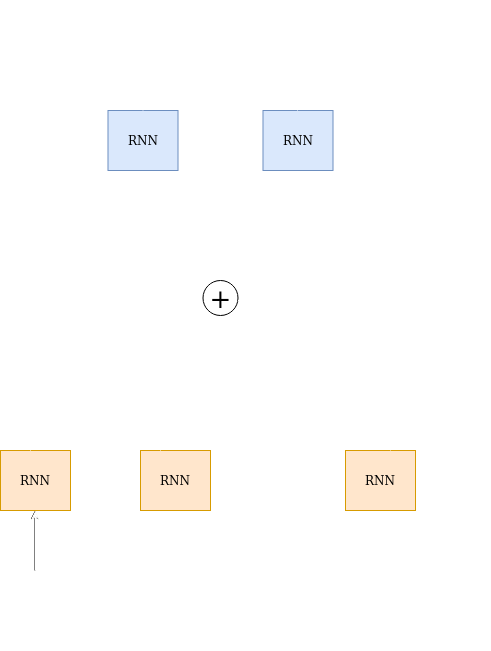
The draw.io diagram images/att_mechanism.png in anuj1729/anuj1729.github.io, before a commit. Source tidied: cells renumbered, new cells last; positions are measured from the earlier drawing's top-left corner, leaving out a move shared by most shapes. Its diagram source:
```xml
<mxGraphModel>
  <root>
    <mxCell id="0" />
    <mxCell id="1" parent="0" />
    <mxCell id="2" style="edgeStyle=orthogonalEdgeStyle;rounded=0;jettySize=auto;html=1;exitX=1;exitY=0.5;exitDx=0;exitDy=0;entryX=0;entryY=0.5;entryDx=0;entryDy=0;strokeColor=#FFFFFF;labelPosition=center;verticalLabelPosition=middle;align=center;verticalAlign=middle;" parent="1" edge="1" source="3" target="8">
      <mxGeometry relative="1" as="geometry" />
    </mxCell>
    <mxCell id="3" value="&lt;font color=&quot;#000000&quot;&gt;RNN&lt;/font&gt;" style="rounded=0;whiteSpace=wrap;html=1;fillColor=#ffe6cc;strokeColor=#d79b00;labelPosition=center;verticalLabelPosition=middle;align=center;verticalAlign=middle;" parent="1" vertex="1">
      <mxGeometry y="450" width="70" height="60" as="geometry" />
    </mxCell>
    <mxCell id="4" style="endArrow=classic;html=1;labelPosition=center;verticalLabelPosition=middle;align=center;verticalAlign=middle;" parent="1" edge="1">
      <mxGeometry relative="1" as="geometry">
        <mxPoint x="34.5" y="570" as="sourcePoint" />
        <mxPoint x="34.5" y="510" as="targetPoint" />
      </mxGeometry>
    </mxCell>
    <mxCell id="5" style="edgeStyle=orthogonalEdgeStyle;rounded=0;jettySize=auto;html=1;fillColor=none;strokeColor=#FFFFFF;labelPosition=center;verticalLabelPosition=middle;align=center;verticalAlign=middle;" parent="1" edge="1" source="6" target="3">
      <mxGeometry relative="1" as="geometry" />
    </mxCell>
    <mxCell id="6" value="x1" style="text;html=1;fillColor=none;align=center;verticalAlign=middle;whiteSpace=wrap;rounded=0;fontColor=#FFFFFF;labelPosition=center;verticalLabelPosition=middle;" parent="1" vertex="1">
      <mxGeometry x="15" y="570" width="40" height="20" as="geometry" />
    </mxCell>
    <mxCell id="7" style="edgeStyle=orthogonalEdgeStyle;rounded=0;jumpSize=6;jettySize=auto;html=1;exitX=1;exitY=0.5;exitDx=0;exitDy=0;dashed=1;startSize=5;endArrow=none;endFill=0;strokeWidth=1;fillColor=none;strokeColor=#FFFFFF;labelPosition=center;verticalLabelPosition=middle;align=center;verticalAlign=middle;" parent="1" edge="1" source="8" target="11">
      <mxGeometry relative="1" as="geometry" />
    </mxCell>
    <mxCell id="8" value="&lt;div&gt;&lt;font color=&quot;#000000&quot;&gt;RNN&lt;br&gt;&lt;/font&gt;&lt;/div&gt;" style="rounded=0;whiteSpace=wrap;html=1;fillColor=#ffe6cc;strokeColor=#d79b00;labelPosition=center;verticalLabelPosition=middle;align=center;verticalAlign=middle;" parent="1" vertex="1">
      <mxGeometry x="140" y="450" width="70" height="60" as="geometry" />
    </mxCell>
    <mxCell id="9" style="endArrow=classic;html=1;strokeColor=#FFFFFF;labelPosition=center;verticalLabelPosition=middle;align=center;verticalAlign=middle;" parent="1" edge="1">
      <mxGeometry relative="1" as="geometry">
        <mxPoint x="174.5" y="570" as="sourcePoint" />
        <mxPoint x="174.5" y="510" as="targetPoint" />
      </mxGeometry>
    </mxCell>
    <mxCell id="10" value="x2" style="text;html=1;fillColor=none;align=center;verticalAlign=middle;whiteSpace=wrap;rounded=0;fontColor=#FFFFFF;labelPosition=center;verticalLabelPosition=middle;" parent="1" vertex="1">
      <mxGeometry x="155" y="570" width="40" height="20" as="geometry" />
    </mxCell>
    <mxCell id="11" value="&lt;div&gt;&lt;font color=&quot;#000000&quot;&gt;RNN&lt;br&gt;&lt;/font&gt;&lt;/div&gt;" style="rounded=0;whiteSpace=wrap;html=1;fillColor=#ffe6cc;strokeColor=#d79b00;labelPosition=center;verticalLabelPosition=middle;align=center;verticalAlign=middle;" parent="1" vertex="1">
      <mxGeometry x="345" y="450" width="70" height="60" as="geometry" />
    </mxCell>
    <mxCell id="12" style="endArrow=classic;html=1;strokeColor=#FFFFFF;labelPosition=center;verticalLabelPosition=middle;align=center;verticalAlign=middle;" parent="1" edge="1">
      <mxGeometry relative="1" as="geometry">
        <mxPoint x="379.5" y="570" as="sourcePoint" />
        <mxPoint x="379.5" y="510" as="targetPoint" />
      </mxGeometry>
    </mxCell>
    <mxCell id="13" value="xN" style="text;html=1;fillColor=none;align=center;verticalAlign=middle;whiteSpace=wrap;rounded=0;fontColor=#FFFFFF;labelPosition=center;verticalLabelPosition=middle;" parent="1" vertex="1">
      <mxGeometry x="360" y="570" width="40" height="20" as="geometry" />
    </mxCell>
    <mxCell id="14" value="&lt;font style=&quot;font-size: 29px&quot;&gt;Encoder&lt;/font&gt;" style="text;html=1;fillColor=none;align=center;verticalAlign=middle;whiteSpace=wrap;rounded=0;fontColor=#FFFFFF;" parent="1" vertex="1">
      <mxGeometry x="155" y="610" width="180" height="40" as="geometry" />
    </mxCell>
    <mxCell id="15" value="&lt;font style=&quot;font-size: 26px&quot;&gt;+&lt;/font&gt;" style="ellipse;whiteSpace=wrap;html=1;labelPosition=center;verticalLabelPosition=middle;align=center;verticalAlign=middle;" parent="1" vertex="1">
      <mxGeometry x="202.5" y="280" width="35" height="35" as="geometry" />
    </mxCell>
    <mxCell id="16" style="curved=1;endArrow=classic;html=1;strokeColor=#FFFFFF;labelPosition=center;verticalLabelPosition=middle;align=center;verticalAlign=middle;" parent="1" edge="1">
      <mxGeometry relative="1" as="geometry">
        <mxPoint x="30" y="450" as="sourcePoint" />
        <mxPoint x="200" y="300" as="targetPoint" />
        <Array as="points">
          <mxPoint x="30" y="400" />
        </Array>
      </mxGeometry>
    </mxCell>
    <mxCell id="17" value="&lt;font style=&quot;font-size: 14px&quot; color=&quot;#FFFFFF&quot;&gt;&lt;span&gt;h1&lt;/span&gt;&lt;/font&gt;" style="text;html=1;align=center;verticalAlign=middle;labelBackgroundColor=none;labelPosition=center;verticalLabelPosition=middle;" parent="16" vertex="1">
      <mxGeometry x="0.09" y="-8" relative="1" as="geometry">
        <mxPoint x="-27.3" y="-3.8" as="offset" />
      </mxGeometry>
    </mxCell>
    <mxCell id="18" style="curved=1;endArrow=classic;html=1;entryX=0;entryY=1;entryDx=0;entryDy=0;strokeColor=#FFFFFF;labelPosition=center;verticalLabelPosition=middle;align=center;verticalAlign=middle;" parent="1" edge="1" target="15">
      <mxGeometry relative="1" as="geometry">
        <mxPoint x="160" y="450" as="sourcePoint" />
        <Array as="points">
          <mxPoint x="160" y="400" />
        </Array>
      </mxGeometry>
    </mxCell>
    <mxCell id="19" style="curved=1;endArrow=classic;html=1;strokeColor=#FFFFFF;labelPosition=center;verticalLabelPosition=middle;align=center;verticalAlign=middle;" parent="1" edge="1">
      <mxGeometry relative="1" as="geometry">
        <mxPoint x="390" y="450" as="sourcePoint" />
        <mxPoint x="240" y="310" as="targetPoint" />
        <Array as="points">
          <mxPoint x="390" y="450" />
          <mxPoint x="340" y="400" />
        </Array>
      </mxGeometry>
    </mxCell>
    <mxCell id="20" value="&lt;font style=&quot;font-size: 14px&quot; color=&quot;#FFFFFF&quot;&gt;&lt;span&gt;h2&lt;/span&gt;&lt;/font&gt;" style="text;html=1;align=center;verticalAlign=middle;labelBackgroundColor=none;labelPosition=center;verticalLabelPosition=middle;" parent="1" vertex="1">
      <mxGeometry x="195" y="370" as="geometry">
        <mxPoint x="-27.3" as="offset" />
      </mxGeometry>
    </mxCell>
    <mxCell id="21" value="&lt;font color=&quot;#FFFFFF&quot;&gt;hN&lt;/font&gt;" style="text;html=1;align=center;verticalAlign=middle;labelBackgroundColor=none;labelPosition=center;verticalLabelPosition=middle;" parent="1" vertex="1">
      <mxGeometry x="360" y="370" as="geometry">
        <mxPoint x="-27.3" as="offset" />
      </mxGeometry>
    </mxCell>
    <mxCell id="22" value="&lt;font color=&quot;#000000&quot;&gt;RNN&lt;/font&gt;" style="rounded=0;whiteSpace=wrap;html=1;fillColor=#dae8fc;strokeColor=#6c8ebf;labelPosition=center;verticalLabelPosition=middle;align=center;verticalAlign=middle;" parent="1" vertex="1">
      <mxGeometry x="107.5" y="110" width="70" height="60" as="geometry" />
    </mxCell>
    <mxCell id="23" style="endArrow=classic;html=1;fillColor=none;strokeColor=#FFFFFF;labelPosition=center;verticalLabelPosition=middle;align=center;verticalAlign=middle;" parent="1" edge="1">
      <mxGeometry relative="1" as="geometry">
        <mxPoint x="142.5" y="110" as="sourcePoint" />
        <mxPoint x="142" y="60" as="targetPoint" />
      </mxGeometry>
    </mxCell>
    <mxCell id="24" style="edgeStyle=orthogonalEdgeStyle;rounded=0;jumpSize=6;jettySize=auto;html=1;exitX=0.5;exitY=0;exitDx=0;exitDy=0;entryX=0.25;entryY=1;entryDx=0;entryDy=0;dashed=1;dashPattern=1 4;startSize=5;strokeWidth=1;fillColor=none;strokeColor=#FFFFFF;labelPosition=center;verticalLabelPosition=middle;align=center;verticalAlign=middle;" parent="1" edge="1" source="25" target="26">
      <mxGeometry relative="1" as="geometry">
        <Array as="points">
          <mxPoint x="150" y="20" />
          <mxPoint x="213" y="20" />
          <mxPoint x="213" y="190" />
          <mxPoint x="280" y="190" />
        </Array>
      </mxGeometry>
    </mxCell>
    <mxCell id="25" value="y(i - 1)" style="text;html=1;align=center;verticalAlign=middle;whiteSpace=wrap;rounded=0;fillColor=none;fontColor=#FFFFFF;labelPosition=center;verticalLabelPosition=middle;" parent="1" vertex="1">
      <mxGeometry x="122.5" y="40" width="55" height="20" as="geometry" />
    </mxCell>
    <mxCell id="26" value="&lt;font color=&quot;#000000&quot;&gt;RNN&lt;/font&gt;" style="rounded=0;whiteSpace=wrap;html=1;fillColor=#dae8fc;strokeColor=#6c8ebf;labelPosition=center;verticalLabelPosition=middle;align=center;verticalAlign=middle;" parent="1" vertex="1">
      <mxGeometry x="262.5" y="110" width="70" height="60" as="geometry" />
    </mxCell>
    <mxCell id="27" style="endArrow=classic;html=1;strokeColor=#FFFFFF;labelPosition=center;verticalLabelPosition=middle;align=center;verticalAlign=middle;" parent="1" edge="1">
      <mxGeometry relative="1" as="geometry">
        <mxPoint x="297" y="110" as="sourcePoint" />
        <mxPoint x="297" y="60" as="targetPoint" />
      </mxGeometry>
    </mxCell>
    <mxCell id="28" value="y(i)" style="text;html=1;fillColor=none;align=center;verticalAlign=middle;whiteSpace=wrap;rounded=0;fontColor=#FFFFFF;labelPosition=center;verticalLabelPosition=middle;" parent="1" vertex="1">
      <mxGeometry x="277.5" y="40" width="40" height="20" as="geometry" />
    </mxCell>
    <mxCell id="29" style="edgeStyle=segmentEdgeStyle;endArrow=classic;html=1;entryX=0.75;entryY=1;entryDx=0;entryDy=0;strokeColor=#FFFFFF;labelPosition=center;verticalLabelPosition=middle;align=center;verticalAlign=middle;" parent="1" edge="1" target="26">
      <mxGeometry relative="1" as="geometry">
        <mxPoint x="237.5" y="300" as="sourcePoint" />
      </mxGeometry>
    </mxCell>
    <mxCell id="30" value="&lt;font style=&quot;font-size: 18px&quot; color=&quot;#FFFFFF&quot;&gt;Ci&lt;/font&gt;" style="text;html=1;align=center;verticalAlign=middle;labelBackgroundColor=none;labelPosition=center;verticalLabelPosition=middle;" parent="29" vertex="1">
      <mxGeometry x="-0.25" y="41" relative="1" as="geometry">
        <mxPoint x="23.5" y="-59.5" as="offset" />
      </mxGeometry>
    </mxCell>
    <mxCell id="31" value="&lt;font style=&quot;font-size: 29px&quot; color=&quot;#FFFFFF&quot;&gt;Decoder&lt;/font&gt;" style="text;html=1;fillColor=none;align=center;verticalAlign=middle;whiteSpace=wrap;rounded=0;fontColor=#FFFFFF;labelPosition=center;verticalLabelPosition=middle;" parent="1" vertex="1">
      <mxGeometry x="310" width="180" height="40" as="geometry" />
    </mxCell>
  </root>
</mxGraphModel>
```
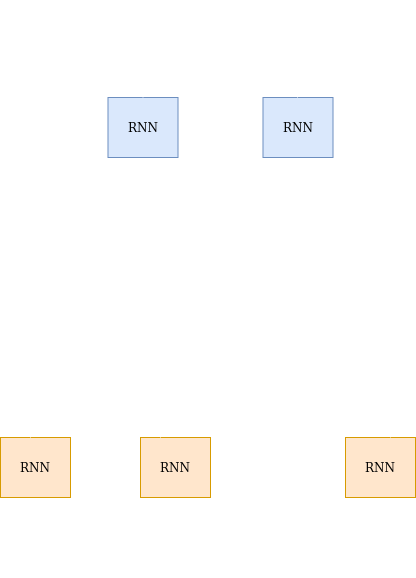
After the commit.

Diff of the diagram source:
```diff
@@ -8,15 +8,12 @@
     <mxCell id="3" value="&lt;font color=&quot;#000000&quot;&gt;RNN&lt;/font&gt;" style="rounded=0;whiteSpace=wrap;html=1;fillColor=#ffe6cc;strokeColor=#d79b00;labelPosition=center;verticalLabelPosition=middle;align=center;verticalAlign=middle;" parent="1" vertex="1">
       <mxGeometry y="450" width="70" height="60" as="geometry" />
     </mxCell>
-    <mxCell id="4" style="endArrow=classic;html=1;labelPosition=center;verticalLabelPosition=middle;align=center;verticalAlign=middle;" parent="1" edge="1">
+    <mxCell id="4" style="endArrow=classic;html=1;labelPosition=center;verticalLabelPosition=middle;align=center;verticalAlign=middle;strokeColor=#FFFFFF;" parent="1" edge="1">
       <mxGeometry relative="1" as="geometry">
         <mxPoint x="34.5" y="570" as="sourcePoint" />
         <mxPoint x="34.5" y="510" as="targetPoint" />
       </mxGeometry>
     </mxCell>
-    <mxCell id="5" style="edgeStyle=orthogonalEdgeStyle;rounded=0;jettySize=auto;html=1;fillColor=none;strokeColor=#FFFFFF;labelPosition=center;verticalLabelPosition=middle;align=center;verticalAlign=middle;" parent="1" edge="1" source="6" target="3">
-      <mxGeometry relative="1" as="geometry" />
-    </mxCell>
     <mxCell id="6" value="x1" style="text;html=1;fillColor=none;align=center;verticalAlign=middle;whiteSpace=wrap;rounded=0;fontColor=#FFFFFF;labelPosition=center;verticalLabelPosition=middle;" parent="1" vertex="1">
       <mxGeometry x="15" y="570" width="40" height="20" as="geometry" />
     </mxCell>
@@ -47,10 +44,7 @@
     <mxCell id="13" value="xN" style="text;html=1;fillColor=none;align=center;verticalAlign=middle;whiteSpace=wrap;rounded=0;fontColor=#FFFFFF;labelPosition=center;verticalLabelPosition=middle;" parent="1" vertex="1">
       <mxGeometry x="360" y="570" width="40" height="20" as="geometry" />
     </mxCell>
-    <mxCell id="14" value="&lt;font style=&quot;font-size: 29px&quot;&gt;Encoder&lt;/font&gt;" style="text;html=1;fillColor=none;align=center;verticalAlign=middle;whiteSpace=wrap;rounded=0;fontColor=#FFFFFF;" parent="1" vertex="1">
-      <mxGeometry x="155" y="610" width="180" height="40" as="geometry" />
-    </mxCell>
-    <mxCell id="15" value="&lt;font style=&quot;font-size: 26px&quot;&gt;+&lt;/font&gt;" style="ellipse;whiteSpace=wrap;html=1;labelPosition=center;verticalLabelPosition=middle;align=center;verticalAlign=middle;" parent="1" vertex="1">
+    <mxCell id="15" value="&lt;font style=&quot;font-size: 26px&quot; color=&quot;#FFFFFF&quot;&gt;+&lt;/font&gt;" style="ellipse;whiteSpace=wrap;html=1;labelPosition=center;verticalLabelPosition=middle;align=center;verticalAlign=middle;strokeColor=#FFFFFF;" parent="1" vertex="1">
       <mxGeometry x="202.5" y="280" width="35" height="35" as="geometry" />
     </mxCell>
     <mxCell id="16" style="curved=1;endArrow=classic;html=1;strokeColor=#FFFFFF;labelPosition=center;verticalLabelPosition=middle;align=center;verticalAlign=middle;" parent="1" edge="1">
@@ -139,8 +133,5 @@
         <mxPoint x="23.5" y="-59.5" as="offset" />
       </mxGeometry>
     </mxCell>
-    <mxCell id="31" value="&lt;font style=&quot;font-size: 29px&quot; color=&quot;#FFFFFF&quot;&gt;Decoder&lt;/font&gt;" style="text;html=1;fillColor=none;align=center;verticalAlign=middle;whiteSpace=wrap;rounded=0;fontColor=#FFFFFF;labelPosition=center;verticalLabelPosition=middle;" parent="1" vertex="1">
-      <mxGeometry x="310" width="180" height="40" as="geometry" />
-    </mxCell>
   </root>
 </mxGraphModel>
```
